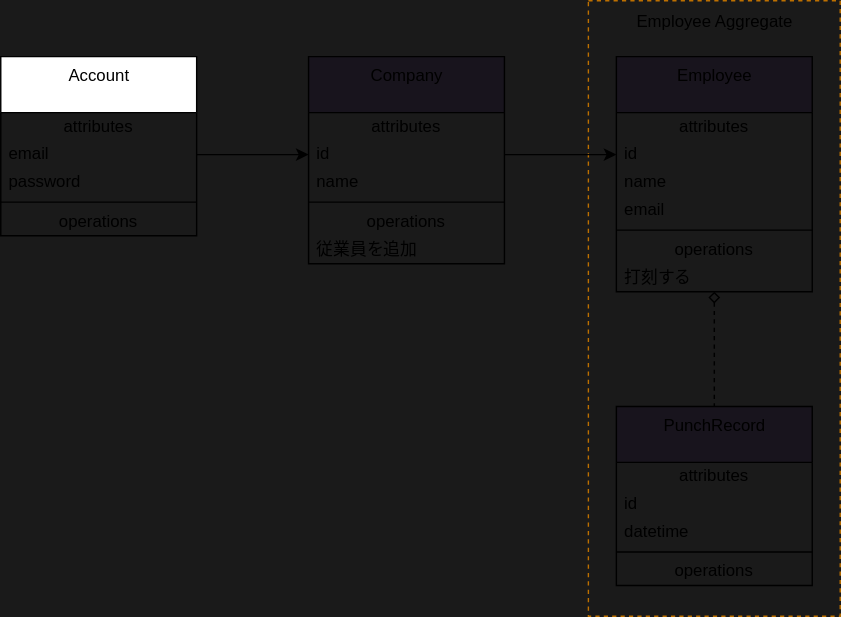
The draw.io diagram uml.drawio.svg in kumagai-s/flow-ddd, before a commit. Source tidied: cells renumbered, new cells last; positions are measured from the earlier drawing's top-left corner, leaving out a move shared by most shapes.
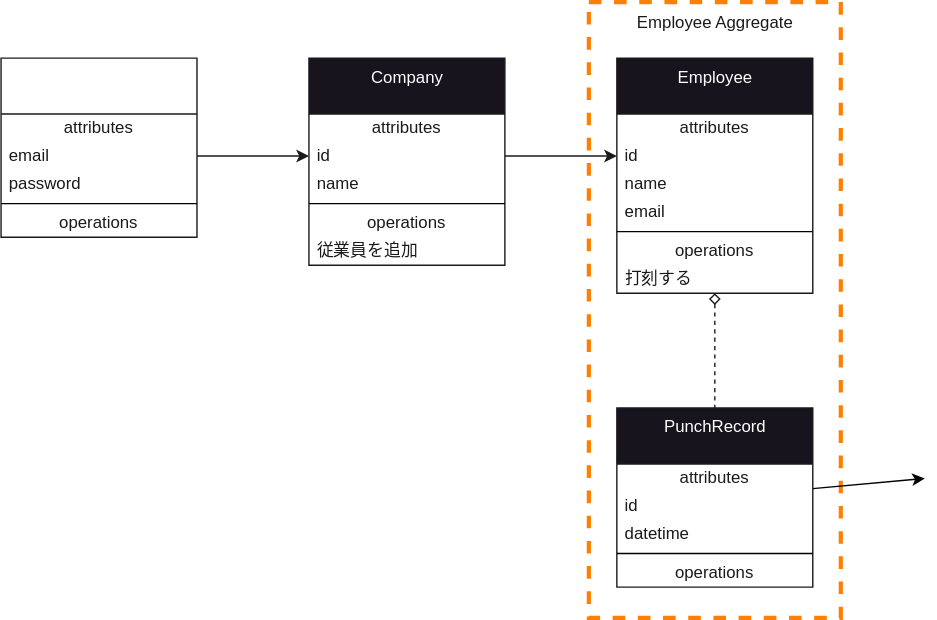
After the change.

Change to the diagram source:
```diff
@@ -1,101 +1,106 @@
-<mxGraphModel background="#1A1A1A">
+<mxGraphModel background="#ffffff">
   <root>
     <mxCell id="0" />
     <mxCell id="1" parent="0" />
-    <mxCell id="2" style="rounded=0;whiteSpace=wrap;html=1;fillColor=none;dashed=1;fontColor=#000000;strokeColor=#BD7000;" parent="1" vertex="1">
+    <mxCell id="2" style="rounded=0;whiteSpace=wrap;html=1;fillColor=none;dashed=1;fontColor=#1A1A1A;strokeColor=#FF8000;strokeWidth=3;" parent="1" vertex="1">
       <mxGeometry x="420" width="180" height="440" as="geometry" />
     </mxCell>
-    <mxCell id="3" style="edgeStyle=none;html=1;endArrow=classic;endFill=1;startArrow=none;startFill=0;exitX=1;exitY=0.5;exitDx=0;exitDy=0;entryX=0;entryY=0.5;entryDx=0;entryDy=0;" parent="1" edge="1" source="6" target="14">
+    <mxCell id="3" style="edgeStyle=none;html=1;endArrow=classic;endFill=1;startArrow=none;startFill=0;exitX=1;exitY=0.5;exitDx=0;exitDy=0;entryX=0;entryY=0.5;entryDx=0;entryDy=0;fontColor=#1A1A1A;strokeColor=#1A1A1A;" parent="1" edge="1" source="6" target="14">
       <mxGeometry relative="1" as="geometry" />
     </mxCell>
-    <mxCell id="4" value="Company" style="swimlane;fontStyle=0;align=center;verticalAlign=top;horizontal=1;startSize=40;html=1;fillColor=rgb(24, 20, 29);" parent="1" vertex="1">
+    <mxCell id="4" value="&lt;font color=&quot;#ffffff&quot;&gt;Company&lt;/font&gt;" style="swimlane;fontStyle=0;align=center;verticalAlign=top;horizontal=1;startSize=40;html=1;fillColor=rgb(24, 20, 29);fontColor=#1A1A1A;strokeColor=#1A1A1A;" parent="1" vertex="1">
       <mxGeometry x="220" y="40" width="140" height="148" as="geometry" />
     </mxCell>
-    <mxCell id="5" value="attributes" style="text;html=1;strokeColor=none;fillColor=none;align=center;verticalAlign=middle;spacingLeft=4;spacingRight=4;overflow=hidden;" parent="4" vertex="1">
+    <mxCell id="5" value="attributes" style="text;html=1;strokeColor=none;fillColor=none;align=center;verticalAlign=middle;spacingLeft=4;spacingRight=4;overflow=hidden;fontColor=#1A1A1A;" parent="4" vertex="1">
       <mxGeometry y="40" width="140" height="20" as="geometry" />
     </mxCell>
-    <mxCell id="6" value="id" style="text;html=1;strokeColor=none;fillColor=none;align=left;verticalAlign=middle;spacingLeft=4;spacingRight=4;overflow=hidden;points=[[0,0.5],[1,0.5]];portConstraint=eastwest;" parent="4" vertex="1">
+    <mxCell id="6" value="id" style="text;html=1;strokeColor=none;fillColor=none;align=left;verticalAlign=middle;spacingLeft=4;spacingRight=4;overflow=hidden;points=[[0,0.5],[1,0.5]];portConstraint=eastwest;fontColor=#1A1A1A;" parent="4" vertex="1">
       <mxGeometry y="60" width="140" height="20" as="geometry" />
     </mxCell>
-    <mxCell id="7" value="name" style="text;html=1;strokeColor=none;fillColor=none;align=left;verticalAlign=middle;spacingLeft=4;spacingRight=4;overflow=hidden;" parent="4" vertex="1">
+    <mxCell id="7" value="name" style="text;html=1;strokeColor=none;fillColor=none;align=left;verticalAlign=middle;spacingLeft=4;spacingRight=4;overflow=hidden;fontColor=#1A1A1A;" parent="4" vertex="1">
       <mxGeometry y="80" width="140" height="20" as="geometry" />
     </mxCell>
-    <mxCell id="8" style="line;strokeWidth=1;fillColor=none;align=left;verticalAlign=middle;spacingTop=-1;spacingLeft=3;spacingRight=3;labelPosition=right;" parent="4" vertex="1">
+    <mxCell id="8" style="line;strokeWidth=1;fillColor=none;align=left;verticalAlign=middle;spacingTop=-1;spacingLeft=3;spacingRight=3;labelPosition=right;fontColor=#1A1A1A;" parent="4" vertex="1">
       <mxGeometry y="100" width="140" height="8" as="geometry" />
     </mxCell>
-    <mxCell id="9" value="operations" style="text;html=1;strokeColor=none;fillColor=none;align=center;verticalAlign=middle;spacingLeft=4;spacingRight=4;overflow=hidden;" parent="4" vertex="1">
+    <mxCell id="9" value="operations" style="text;html=1;strokeColor=none;fillColor=none;align=center;verticalAlign=middle;spacingLeft=4;spacingRight=4;overflow=hidden;fontColor=#1A1A1A;" parent="4" vertex="1">
       <mxGeometry y="108" width="140" height="20" as="geometry" />
     </mxCell>
-    <mxCell id="10" value="従業員を追加" style="text;html=1;strokeColor=none;fillColor=none;align=left;verticalAlign=middle;spacingLeft=4;spacingRight=4;overflow=hidden;" parent="4" vertex="1">
+    <mxCell id="10" value="従業員を追加" style="text;html=1;strokeColor=none;fillColor=none;align=left;verticalAlign=middle;spacingLeft=4;spacingRight=4;overflow=hidden;fontColor=#1A1A1A;" parent="4" vertex="1">
       <mxGeometry y="128" width="140" height="20" as="geometry" />
     </mxCell>
-    <mxCell id="11" style="edgeStyle=none;html=1;entryX=0.5;entryY=0;entryDx=0;entryDy=0;dashed=1;endArrow=none;endFill=0;startArrow=diamond;startFill=0;" parent="1" edge="1" source="12" target="20">
+    <mxCell id="11" style="edgeStyle=none;html=1;entryX=0.5;entryY=0;entryDx=0;entryDy=0;dashed=1;endArrow=none;endFill=0;startArrow=diamond;startFill=0;fontColor=#1A1A1A;strokeColor=#1A1A1A;" parent="1" edge="1" source="12" target="20">
       <mxGeometry relative="1" as="geometry" />
     </mxCell>
-    <mxCell id="12" value="Employee" style="swimlane;fontStyle=0;align=center;verticalAlign=top;horizontal=1;startSize=40;html=1;fillColor=rgb(24, 20, 29);" parent="1" vertex="1">
+    <mxCell id="12" value="&lt;font color=&quot;#ffffff&quot;&gt;Employee&lt;/font&gt;" style="swimlane;fontStyle=0;align=center;verticalAlign=top;horizontal=1;startSize=40;html=1;fillColor=rgb(24, 20, 29);fontColor=#1A1A1A;strokeColor=#1A1A1A;" parent="1" vertex="1">
       <mxGeometry x="440" y="40" width="140" height="168" as="geometry" />
     </mxCell>
-    <mxCell id="13" value="attributes" style="text;html=1;strokeColor=none;fillColor=none;align=center;verticalAlign=middle;spacingLeft=4;spacingRight=4;overflow=hidden;" parent="12" vertex="1">
+    <mxCell id="13" value="attributes" style="text;html=1;strokeColor=none;fillColor=none;align=center;verticalAlign=middle;spacingLeft=4;spacingRight=4;overflow=hidden;fontColor=#1A1A1A;" parent="12" vertex="1">
       <mxGeometry y="40" width="140" height="20" as="geometry" />
     </mxCell>
-    <mxCell id="14" value="id" style="text;html=1;strokeColor=none;fillColor=none;align=left;verticalAlign=middle;spacingLeft=4;spacingRight=4;overflow=hidden;points=[[0,0.5],[1,0.5]];portConstraint=eastwest;" parent="12" vertex="1">
+    <mxCell id="14" value="id" style="text;html=1;strokeColor=none;fillColor=none;align=left;verticalAlign=middle;spacingLeft=4;spacingRight=4;overflow=hidden;points=[[0,0.5],[1,0.5]];portConstraint=eastwest;fontColor=#1A1A1A;" parent="12" vertex="1">
       <mxGeometry y="60" width="140" height="20" as="geometry" />
     </mxCell>
-    <mxCell id="15" value="name" style="text;html=1;strokeColor=none;fillColor=none;align=left;verticalAlign=middle;spacingLeft=4;spacingRight=4;overflow=hidden;" parent="12" vertex="1">
+    <mxCell id="15" value="name" style="text;html=1;strokeColor=none;fillColor=none;align=left;verticalAlign=middle;spacingLeft=4;spacingRight=4;overflow=hidden;fontColor=#1A1A1A;" parent="12" vertex="1">
       <mxGeometry y="80" width="140" height="20" as="geometry" />
     </mxCell>
-    <mxCell id="16" value="email" style="text;html=1;strokeColor=none;fillColor=none;align=left;verticalAlign=middle;spacingLeft=4;spacingRight=4;overflow=hidden;" parent="12" vertex="1">
+    <mxCell id="16" value="email" style="text;html=1;strokeColor=none;fillColor=none;align=left;verticalAlign=middle;spacingLeft=4;spacingRight=4;overflow=hidden;fontColor=#1A1A1A;" parent="12" vertex="1">
       <mxGeometry y="100" width="140" height="20" as="geometry" />
     </mxCell>
-    <mxCell id="17" style="line;strokeWidth=1;fillColor=none;align=left;verticalAlign=middle;spacingTop=-1;spacingLeft=3;spacingRight=3;labelPosition=right;" parent="12" vertex="1">
+    <mxCell id="17" style="line;strokeWidth=1;fillColor=none;align=left;verticalAlign=middle;spacingTop=-1;spacingLeft=3;spacingRight=3;labelPosition=right;fontColor=#1A1A1A;" parent="12" vertex="1">
       <mxGeometry y="120" width="140" height="8" as="geometry" />
     </mxCell>
-    <mxCell id="18" value="operations" style="text;html=1;strokeColor=none;fillColor=none;align=center;verticalAlign=middle;spacingLeft=4;spacingRight=4;overflow=hidden;" parent="12" vertex="1">
+    <mxCell id="18" value="operations" style="text;html=1;strokeColor=none;fillColor=none;align=center;verticalAlign=middle;spacingLeft=4;spacingRight=4;overflow=hidden;fontColor=#1A1A1A;" parent="12" vertex="1">
       <mxGeometry y="128" width="140" height="20" as="geometry" />
     </mxCell>
-    <mxCell id="19" value="打刻する" style="text;html=1;strokeColor=none;fillColor=none;align=left;verticalAlign=middle;spacingLeft=4;spacingRight=4;overflow=hidden;" parent="12" vertex="1">
+    <mxCell id="19" value="打刻する" style="text;html=1;strokeColor=none;fillColor=none;align=left;verticalAlign=middle;spacingLeft=4;spacingRight=4;overflow=hidden;fontColor=#1A1A1A;" parent="12" vertex="1">
       <mxGeometry y="148" width="140" height="20" as="geometry" />
     </mxCell>
+    <mxCell id="34" style="edgeStyle=none;html=1;fontColor=#FFFFFF;" parent="1" edge="1" source="20">
+      <mxGeometry relative="1" as="geometry">
+        <mxPoint x="660" y="340.4" as="targetPoint" />
+      </mxGeometry>
+    </mxCell>
-    <mxCell id="20" value="PunchRecord" style="swimlane;fontStyle=0;align=center;verticalAlign=top;horizontal=1;startSize=40;html=1;fillColor=rgb(24, 20, 29);" parent="1" vertex="1">
+    <mxCell id="20" value="&lt;font color=&quot;#ffffff&quot;&gt;PunchRecord&lt;/font&gt;" style="swimlane;fontStyle=0;align=center;verticalAlign=top;horizontal=1;startSize=40;html=1;fillColor=rgb(24, 20, 29);fontColor=#1A1A1A;strokeColor=#1A1A1A;" parent="1" vertex="1">
       <mxGeometry x="440" y="290" width="140" height="128" as="geometry" />
     </mxCell>
-    <mxCell id="21" value="attributes" style="text;html=1;strokeColor=none;fillColor=none;align=center;verticalAlign=middle;spacingLeft=4;spacingRight=4;overflow=hidden;" parent="20" vertex="1">
+    <mxCell id="21" value="attributes" style="text;html=1;strokeColor=none;fillColor=none;align=center;verticalAlign=middle;spacingLeft=4;spacingRight=4;overflow=hidden;fontColor=#1A1A1A;" parent="20" vertex="1">
       <mxGeometry y="40" width="140" height="20" as="geometry" />
     </mxCell>
-    <mxCell id="22" value="id" style="text;html=1;strokeColor=none;fillColor=none;align=left;verticalAlign=middle;spacingLeft=4;spacingRight=4;overflow=hidden;" parent="20" vertex="1">
+    <mxCell id="22" value="id" style="text;html=1;strokeColor=none;fillColor=none;align=left;verticalAlign=middle;spacingLeft=4;spacingRight=4;overflow=hidden;fontColor=#1A1A1A;" parent="20" vertex="1">
       <mxGeometry y="60" width="140" height="20" as="geometry" />
     </mxCell>
-    <mxCell id="23" value="datetime" style="text;html=1;strokeColor=none;fillColor=none;align=left;verticalAlign=middle;spacingLeft=4;spacingRight=4;overflow=hidden;" parent="20" vertex="1">
+    <mxCell id="23" value="datetime" style="text;html=1;strokeColor=none;fillColor=none;align=left;verticalAlign=middle;spacingLeft=4;spacingRight=4;overflow=hidden;fontColor=#1A1A1A;" parent="20" vertex="1">
       <mxGeometry y="80" width="140" height="20" as="geometry" />
     </mxCell>
-    <mxCell id="24" style="line;strokeWidth=1;fillColor=none;align=left;verticalAlign=middle;spacingTop=-1;spacingLeft=3;spacingRight=3;labelPosition=right;" parent="20" vertex="1">
+    <mxCell id="24" style="line;strokeWidth=1;fillColor=none;align=left;verticalAlign=middle;spacingTop=-1;spacingLeft=3;spacingRight=3;labelPosition=right;fontColor=#1A1A1A;" parent="20" vertex="1">
       <mxGeometry y="100" width="140" height="8" as="geometry" />
     </mxCell>
-    <mxCell id="25" value="operations" style="text;html=1;strokeColor=none;fillColor=none;align=center;verticalAlign=middle;spacingLeft=4;spacingRight=4;overflow=hidden;" parent="20" vertex="1">
+    <mxCell id="25" value="operations" style="text;html=1;strokeColor=none;fillColor=none;align=center;verticalAlign=middle;spacingLeft=4;spacingRight=4;overflow=hidden;fontColor=#1A1A1A;" parent="20" vertex="1">
       <mxGeometry y="108" width="140" height="20" as="geometry" />
     </mxCell>
-    <mxCell id="26" value="Account" style="swimlane;fontStyle=0;align=center;verticalAlign=top;horizontal=1;startSize=40;html=1;" parent="1" vertex="1">
+    <mxCell id="26" value="&lt;font color=&quot;#ffffff&quot;&gt;Account&lt;/font&gt;" style="swimlane;fontStyle=0;align=center;verticalAlign=top;horizontal=1;startSize=40;html=1;fontColor=#1A1A1A;strokeColor=#1A1A1A;" parent="1" vertex="1">
       <mxGeometry y="40" width="140" height="128" as="geometry" />
     </mxCell>
-    <mxCell id="27" value="attributes" style="text;html=1;strokeColor=none;fillColor=none;align=center;verticalAlign=middle;spacingLeft=4;spacingRight=4;overflow=hidden;" parent="26" vertex="1">
+    <mxCell id="27" value="attributes" style="text;html=1;strokeColor=none;fillColor=none;align=center;verticalAlign=middle;spacingLeft=4;spacingRight=4;overflow=hidden;fontColor=#1A1A1A;" parent="26" vertex="1">
       <mxGeometry y="40" width="140" height="20" as="geometry" />
     </mxCell>
-    <mxCell id="28" value="email" style="text;html=1;strokeColor=none;fillColor=none;align=left;verticalAlign=middle;spacingLeft=4;spacingRight=4;overflow=hidden;points=[[0,0.5],[1,0.5]];portConstraint=eastwest;" parent="26" vertex="1">
+    <mxCell id="28" value="email" style="text;html=1;strokeColor=none;fillColor=none;align=left;verticalAlign=middle;spacingLeft=4;spacingRight=4;overflow=hidden;points=[[0,0.5],[1,0.5]];portConstraint=eastwest;fontColor=#1A1A1A;" parent="26" vertex="1">
       <mxGeometry y="60" width="140" height="20" as="geometry" />
     </mxCell>
-    <mxCell id="29" value="password" style="text;html=1;strokeColor=none;fillColor=none;align=left;verticalAlign=middle;spacingLeft=4;spacingRight=4;overflow=hidden;" parent="26" vertex="1">
+    <mxCell id="29" value="password" style="text;html=1;strokeColor=none;fillColor=none;align=left;verticalAlign=middle;spacingLeft=4;spacingRight=4;overflow=hidden;fontColor=#1A1A1A;" parent="26" vertex="1">
       <mxGeometry y="80" width="140" height="20" as="geometry" />
     </mxCell>
-    <mxCell id="30" style="line;strokeWidth=1;fillColor=none;align=left;verticalAlign=middle;spacingTop=-1;spacingLeft=3;spacingRight=3;labelPosition=right;" parent="26" vertex="1">
+    <mxCell id="30" style="line;strokeWidth=1;fillColor=none;align=left;verticalAlign=middle;spacingTop=-1;spacingLeft=3;spacingRight=3;labelPosition=right;fontColor=#1A1A1A;" parent="26" vertex="1">
       <mxGeometry y="100" width="140" height="8" as="geometry" />
     </mxCell>
-    <mxCell id="31" value="operations" style="text;html=1;strokeColor=none;fillColor=none;align=center;verticalAlign=middle;spacingLeft=4;spacingRight=4;overflow=hidden;" parent="26" vertex="1">
+    <mxCell id="31" value="operations" style="text;html=1;strokeColor=none;fillColor=none;align=center;verticalAlign=middle;spacingLeft=4;spacingRight=4;overflow=hidden;fontColor=#1A1A1A;" parent="26" vertex="1">
       <mxGeometry y="108" width="140" height="20" as="geometry" />
     </mxCell>
-    <mxCell id="32" value="Employee Aggregate" style="text;html=1;align=center;verticalAlign=middle;strokeColor=none;fillColor=none;" parent="1" vertex="1">
+    <mxCell id="32" value="Employee Aggregate" style="text;html=1;align=center;verticalAlign=middle;strokeColor=none;fillColor=none;fontColor=#1A1A1A;" parent="1" vertex="1">
       <mxGeometry x="445" width="130" height="30" as="geometry" />
     </mxCell>
-    <mxCell id="33" style="edgeStyle=none;html=1;exitX=1;exitY=0.5;exitDx=0;exitDy=0;entryX=0;entryY=0.5;entryDx=0;entryDy=0;" parent="1" edge="1" source="28" target="6">
+    <mxCell id="33" style="edgeStyle=none;html=1;exitX=1;exitY=0.5;exitDx=0;exitDy=0;entryX=0;entryY=0.5;entryDx=0;entryDy=0;fontColor=#1A1A1A;strokeColor=#1A1A1A;" parent="1" edge="1" source="28" target="6">
       <mxGeometry relative="1" as="geometry" />
     </mxCell>
   </root>
```
